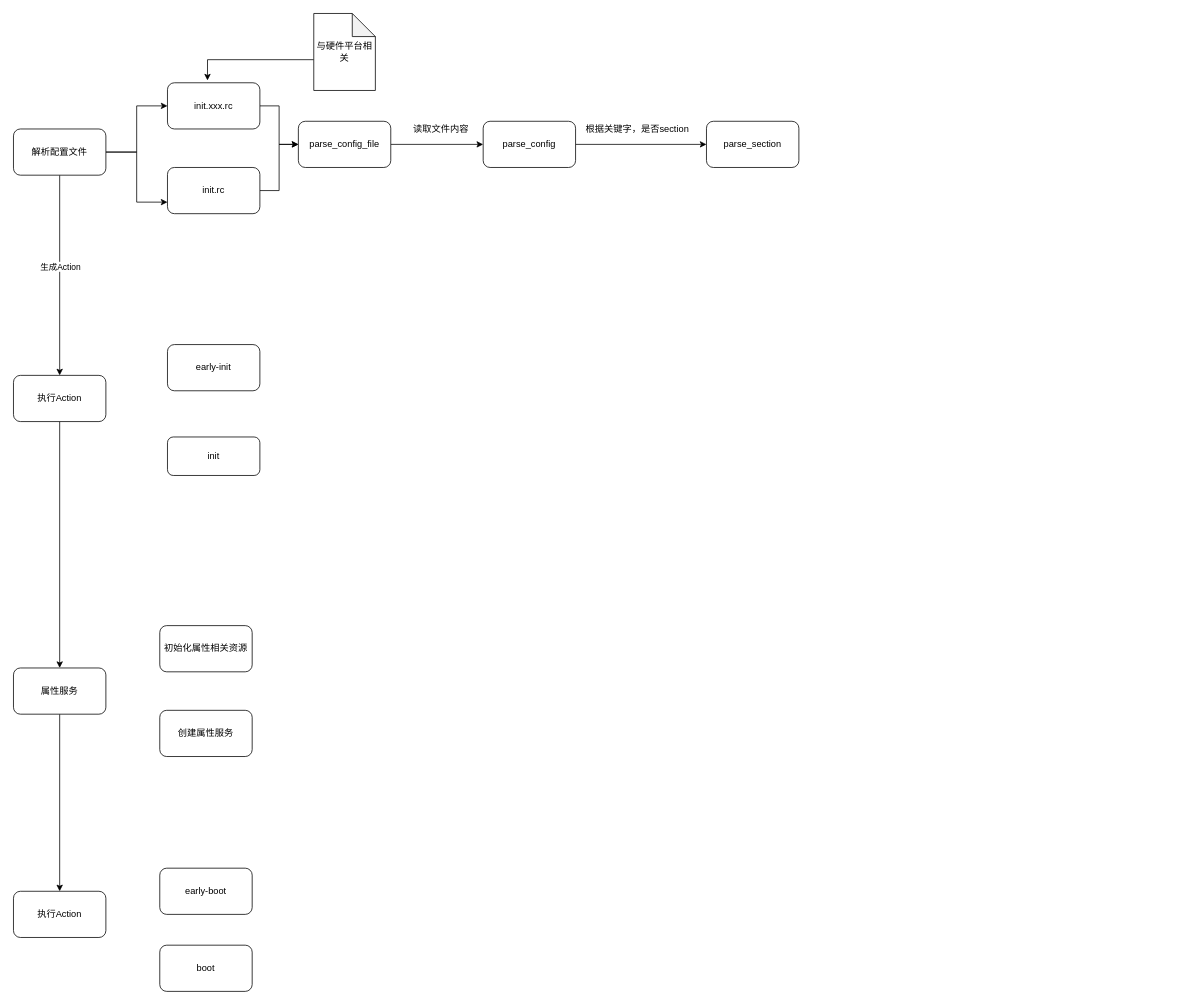
This is init.drawio from xxm-sz/dio, a draw.io file, before an edit. Source tidied: cells renumbered, new cells numbered last; positions are measured from the earlier drawing's top-left corner, leaving out a move shared by most shapes. Both pictures are drawn from the tidied source at 77%, with x=0, y=0 at pixel (13, 13).
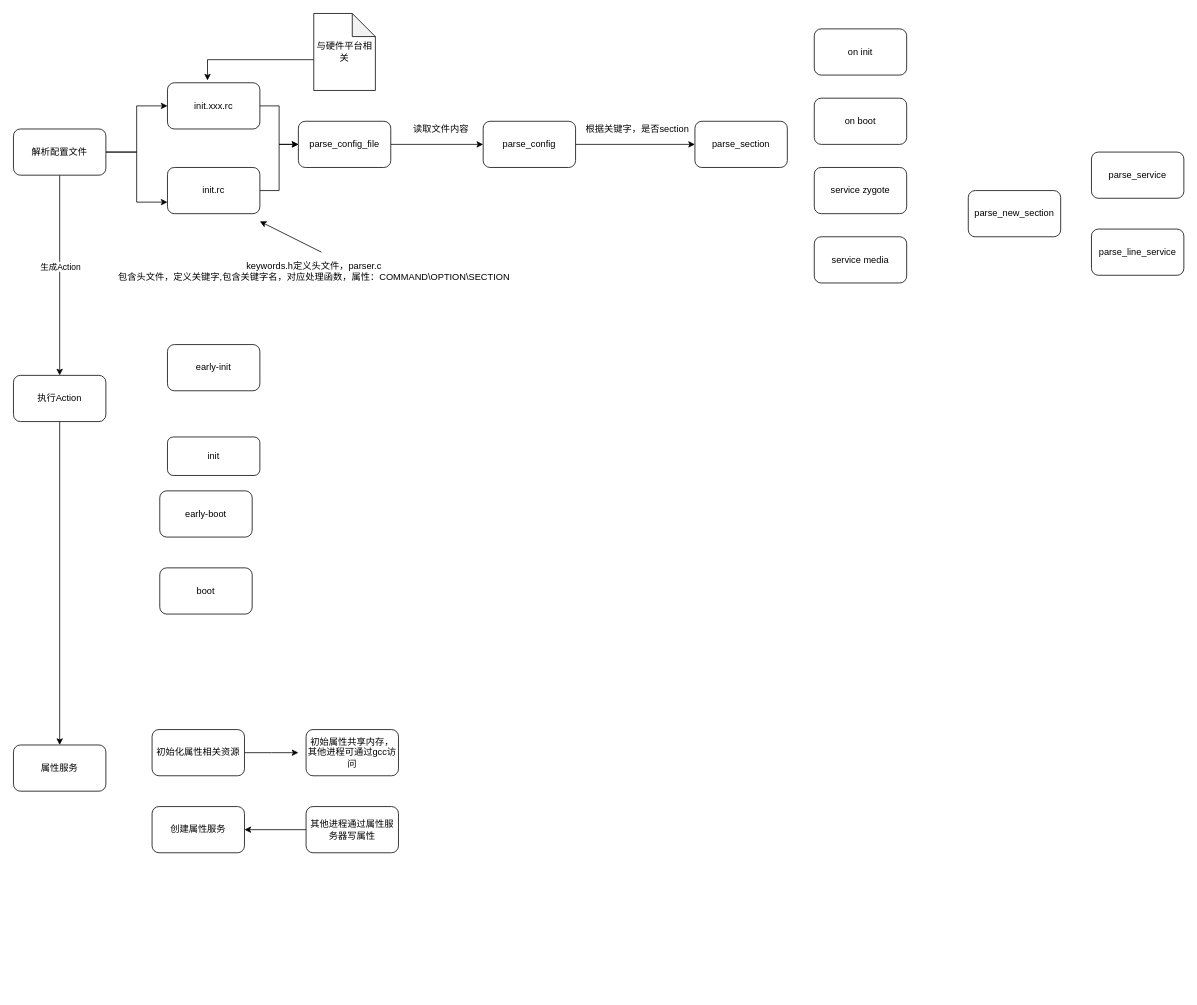
After the change.

Change to the diagram source:
```diff
@@
     <mxCell id="11" value="early-boot" style="rounded=1;whiteSpace=wrap;html=1;" parent="1" vertex="1">
-      <mxGeometry x="190" y="1110" width="120" height="60" as="geometry" />
+      <mxGeometry x="190" y="620" width="120" height="60" as="geometry" />
     </mxCell>
     <mxCell id="12" value="boot" style="rounded=1;whiteSpace=wrap;html=1;" parent="1" vertex="1">
-      <mxGeometry x="190" y="1210" width="120" height="60" as="geometry" />
+      <mxGeometry x="190" y="720" width="120" height="60" as="geometry" />
     </mxCell>
-    <mxCell id="13" style="edgeStyle=orthogonalEdgeStyle;rounded=0;jettySize=auto;html=1;entryX=0.5;entryY=0;entryDx=0;entryDy=0;" parent="1" edge="1" source="14" target="17">
-      <mxGeometry relative="1" as="geometry" />
-    </mxCell>
     <mxCell id="14" value="属性服务" style="rounded=1;whiteSpace=wrap;html=1;" parent="1" vertex="1">
-      <mxGeometry y="850" width="120" height="60" as="geometry" />
+      <mxGeometry y="950" width="120" height="60" as="geometry" />
     </mxCell>
+    <mxCell id="31" style="edgeStyle=orthogonalEdgeStyle;rounded=0;jettySize=auto;html=1;" parent="1" edge="1" source="15">
+      <mxGeometry relative="1" as="geometry">
+        <mxPoint x="370" y="960" as="targetPoint" />
+      </mxGeometry>
+    </mxCell>
     <mxCell id="15" value="初始化属性相关资源" style="rounded=1;whiteSpace=wrap;html=1;" parent="1" vertex="1">
-      <mxGeometry x="190" y="795" width="120" height="60" as="geometry" />
+      <mxGeometry x="180" y="930" width="120" height="60" as="geometry" />
     </mxCell>
     <mxCell id="16" value="创建属性服务" style="rounded=1;whiteSpace=wrap;html=1;" parent="1" vertex="1">
-      <mxGeometry x="190" y="905" width="120" height="60" as="geometry" />
+      <mxGeometry x="180" y="1030" width="120" height="60" as="geometry" />
     </mxCell>
-    <mxCell id="17" value="执行Action" style="rounded=1;whiteSpace=wrap;html=1;" parent="1" vertex="1">
-      <mxGeometry y="1140" width="120" height="60" as="geometry" />
-    </mxCell>
@@
     <mxCell id="29" value="parse_section" style="rounded=1;whiteSpace=wrap;html=1;" parent="1" vertex="1">
-      <mxGeometry x="900" y="140" width="120" height="60" as="geometry" />
+      <mxGeometry x="885" y="140" width="120" height="60" as="geometry" />
     </mxCell>
@@
+    <mxCell id="32" value="keywords.h定义头文件，parser.c&lt;br&gt;包含头文件，定义关键字,包含关键字名，对应处理函数，属性：COMMAND\OPTION\SECTION" style="text;html=1;align=center;verticalAlign=middle;" parent="1" vertex="1">
+      <mxGeometry x="130" y="320" width="520" height="30" as="geometry" />
+    </mxCell>
+    <mxCell id="33" style="endArrow=classic;html=1;" parent="1" edge="1">
+      <mxGeometry relative="1" as="geometry">
+        <mxPoint x="400" y="310" as="sourcePoint" />
+        <mxPoint x="320" y="270" as="targetPoint" />
+      </mxGeometry>
+    </mxCell>
+    <mxCell id="34" value="on init" style="rounded=1;whiteSpace=wrap;html=1;" parent="1" vertex="1">
+      <mxGeometry x="1040" y="20" width="120" height="60" as="geometry" />
+    </mxCell>
+    <mxCell id="35" value="on boot" style="rounded=1;whiteSpace=wrap;html=1;" parent="1" vertex="1">
+      <mxGeometry x="1040" y="110" width="120" height="60" as="geometry" />
+    </mxCell>
+    <mxCell id="36" value="service zygote" style="rounded=1;whiteSpace=wrap;html=1;" parent="1" vertex="1">
+      <mxGeometry x="1040" y="200" width="120" height="60" as="geometry" />
+    </mxCell>
+    <mxCell id="37" value="service media" style="rounded=1;whiteSpace=wrap;html=1;" parent="1" vertex="1">
+      <mxGeometry x="1040" y="290" width="120" height="60" as="geometry" />
+    </mxCell>
+    <mxCell id="38" value="parse_new_section" style="rounded=1;whiteSpace=wrap;html=1;" parent="1" vertex="1">
+      <mxGeometry x="1240" y="230" width="120" height="60" as="geometry" />
+    </mxCell>
+    <mxCell id="39" value="parse_service" style="rounded=1;whiteSpace=wrap;html=1;" parent="1" vertex="1">
+      <mxGeometry x="1400" y="180" width="120" height="60" as="geometry" />
+    </mxCell>
+    <mxCell id="40" value="parse_line_service" style="rounded=1;whiteSpace=wrap;html=1;" parent="1" vertex="1">
+      <mxGeometry x="1400" y="280" width="120" height="60" as="geometry" />
+    </mxCell>
+    <mxCell id="41" style="edgeStyle=orthogonalEdgeStyle;rounded=0;orthogonalLoop=1;jettySize=auto;html=1;exitX=0.5;exitY=1;exitDx=0;exitDy=0;" parent="1" edge="1" source="15" target="15">
+      <mxGeometry relative="1" as="geometry" />
+    </mxCell>
+    <mxCell id="42" value="初始属性共享内存，其他进程可通过gcc访问" style="rounded=1;whiteSpace=wrap;html=1;" parent="1" vertex="1">
+      <mxGeometry x="380" y="930" width="120" height="60" as="geometry" />
+    </mxCell>
+    <mxCell id="43" style="edgeStyle=orthogonalEdgeStyle;rounded=0;jettySize=auto;html=1;" parent="1" edge="1" source="44" target="16">
+      <mxGeometry relative="1" as="geometry" />
+    </mxCell>
+    <mxCell id="44" value="其他进程通过属性服务器写属性" style="rounded=1;whiteSpace=wrap;html=1;" parent="1" vertex="1">
+      <mxGeometry x="380" y="1030" width="120" height="60" as="geometry" />
+    </mxCell>
```
